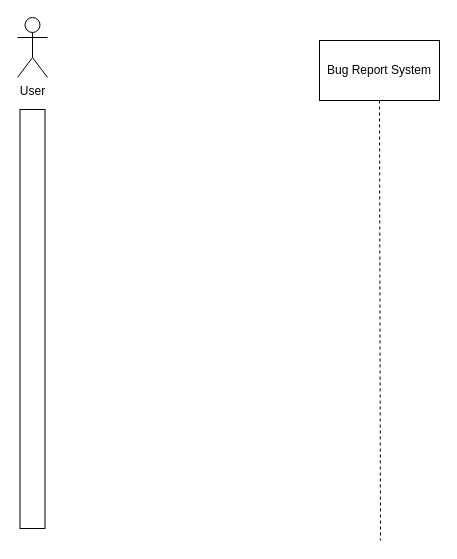
The draw.io diagram UML-Diagrams/Bug-Report-System/Sequence-Diagram.drawio in ConradCJM/Bug-Terra, before the edit. Source tidied: cells renumbered, new cells numbered last; positions are measured from the earlier drawing's top-left corner, leaving out a move shared by most shapes. Both pictures are drawn from the tidied source at 100%, with x=0, y=0 at pixel (17, 17).
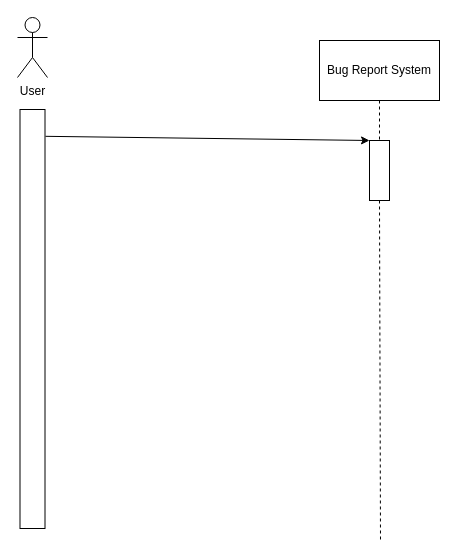
Above is the later version.

What changed in the source:
```diff
@@
 <mxGraphModel>
   <root>
     <mxCell id="0" />
     <mxCell id="1" parent="0" />
     <mxCell id="2" value="User" style="shape=umlActor;verticalLabelPosition=bottom;verticalAlign=top;html=1;" parent="1" vertex="1">
       <mxGeometry width="30" height="60" as="geometry" />
     </mxCell>
     <mxCell id="3" value="Bug Report System" style="rounded=0;whiteSpace=wrap;html=1;" parent="1" vertex="1">
       <mxGeometry x="302" y="23" width="120" height="60" as="geometry" />
     </mxCell>
-    <mxCell id="4" style="rounded=0;whiteSpace=wrap;html=1;" parent="1" vertex="1">
+    <mxCell id="4" style="rounded=0;whiteSpace=wrap;html=1;strokeColor=default;gradientColor=none;fillColor=default;" parent="1" vertex="1">
       <mxGeometry x="2.5" y="92" width="25" height="419" as="geometry" />
     </mxCell>
-    <mxCell id="5" style="endArrow=none;dashed=1;html=1;rounded=0;exitX=0.5;exitY=1;exitDx=0;exitDy=0;" parent="1" edge="1" source="3">
+    <mxCell id="5" style="endArrow=none;dashed=1;html=1;rounded=0;exitX=0.5;exitY=1;exitDx=0;exitDy=0;" parent="1" edge="1" source="7">
       <mxGeometry relative="1" as="geometry">
         <mxPoint x="363" y="523" as="targetPoint" />
       </mxGeometry>
     </mxCell>
+    <mxCell id="6" style="endArrow=none;dashed=1;html=1;rounded=0;exitX=0.5;exitY=1;exitDx=0;exitDy=0;" parent="1" edge="1" source="3" target="7">
+      <mxGeometry relative="1" as="geometry" />
+    </mxCell>
+    <mxCell id="7" style="rounded=0;whiteSpace=wrap;html=1;" parent="1" vertex="1">
+      <mxGeometry x="352" y="123" width="20" height="60" as="geometry" />
+    </mxCell>
+    <mxCell id="8" style="endArrow=classic;html=1;rounded=0;entryX=0;entryY=0;entryDx=0;entryDy=0;exitX=1.02;exitY=0.064;exitDx=0;exitDy=0;exitPerimeter=0;spacing=0;" parent="1" edge="1" source="4" target="7">
+      <mxGeometry relative="1" as="geometry" />
+    </mxCell>
   </root>
 </mxGraphModel>
```
